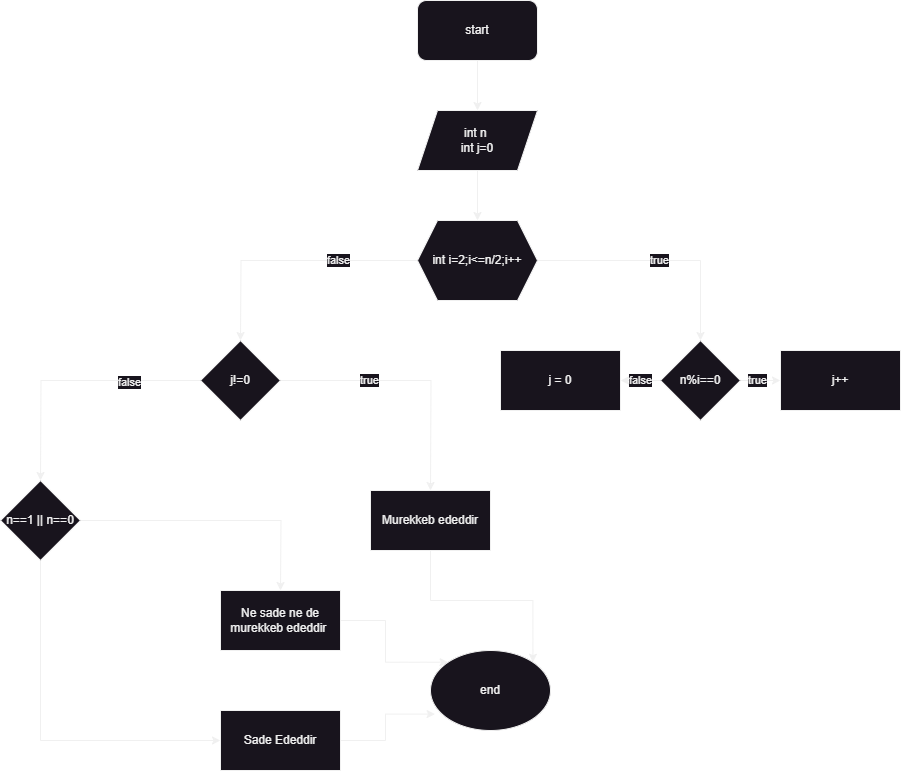
Before: Task2.png, a diagram exported from draw.io (ismylravafidh/Algorithms_Loops). Source tidied: cells renumbered, new cells last; positions are measured from the earlier drawing's top-left corner, leaving out a move shared by most shapes. Its diagram source:
```xml
<mxGraphModel>
  <root>
    <mxCell id="0" />
    <mxCell id="1" parent="0" />
    <mxCell id="2" style="edgeStyle=orthogonalEdgeStyle;rounded=0;jettySize=auto;html=1;entryX=0.5;entryY=0;entryDx=0;entryDy=0;" parent="1" edge="1" source="3" target="5">
      <mxGeometry relative="1" as="geometry" />
    </mxCell>
    <mxCell id="3" value="start" style="rounded=1;whiteSpace=wrap;html=1;" parent="1" vertex="1">
      <mxGeometry x="417" width="120" height="60" as="geometry" />
    </mxCell>
    <mxCell id="4" style="edgeStyle=orthogonalEdgeStyle;rounded=0;jettySize=auto;html=1;entryX=0.5;entryY=0;entryDx=0;entryDy=0;" parent="1" edge="1" source="5" target="9">
      <mxGeometry relative="1" as="geometry" />
    </mxCell>
    <mxCell id="5" value="int n&amp;nbsp;&lt;br&gt;int j=0" style="shape=parallelogram;perimeter=parallelogramPerimeter;whiteSpace=wrap;html=1;fixedSize=1;" parent="1" vertex="1">
      <mxGeometry x="417" y="110" width="120" height="60" as="geometry" />
    </mxCell>
    <mxCell id="6" value="true" style="edgeStyle=orthogonalEdgeStyle;rounded=0;jettySize=auto;html=1;" parent="1" edge="1" source="9" target="13">
      <mxGeometry relative="1" as="geometry" />
    </mxCell>
    <mxCell id="7" style="edgeStyle=orthogonalEdgeStyle;rounded=0;jettySize=auto;html=1;" parent="1" edge="1" source="9">
      <mxGeometry relative="1" as="geometry">
        <mxPoint x="240" y="340" as="targetPoint" />
      </mxGeometry>
    </mxCell>
    <mxCell id="8" value="false" style="edgeLabel;html=1;align=center;verticalAlign=middle;" parent="7" vertex="1">
      <mxGeometry x="-0.38" y="-1" relative="1" as="geometry" />
    </mxCell>
    <mxCell id="9" value="int i=2;i&amp;lt;=n/2;i++" style="shape=hexagon;perimeter=hexagonPerimeter2;whiteSpace=wrap;html=1;fixedSize=1;" parent="1" vertex="1">
      <mxGeometry x="417" y="220" width="120" height="80" as="geometry" />
    </mxCell>
    <mxCell id="10" style="edgeStyle=orthogonalEdgeStyle;rounded=0;jettySize=auto;html=1;" parent="1" edge="1" source="13" target="14">
      <mxGeometry relative="1" as="geometry" />
    </mxCell>
    <mxCell id="11" value="true" style="edgeLabel;html=1;align=center;verticalAlign=middle;" parent="10" vertex="1">
      <mxGeometry x="-0.2" y="1" relative="1" as="geometry" />
    </mxCell>
    <mxCell id="12" value="false" style="edgeStyle=orthogonalEdgeStyle;rounded=0;jettySize=auto;html=1;entryX=1;entryY=0.5;entryDx=0;entryDy=0;" parent="1" edge="1" source="13" target="15">
      <mxGeometry relative="1" as="geometry" />
    </mxCell>
    <mxCell id="13" value="n%i==0" style="rhombus;whiteSpace=wrap;html=1;" parent="1" vertex="1">
      <mxGeometry x="660" y="340" width="80" height="80" as="geometry" />
    </mxCell>
    <mxCell id="14" value="j++" style="rounded=0;whiteSpace=wrap;html=1;" parent="1" vertex="1">
      <mxGeometry x="780" y="350" width="120" height="60" as="geometry" />
    </mxCell>
    <mxCell id="15" value="j = 0" style="rounded=0;whiteSpace=wrap;html=1;" parent="1" vertex="1">
      <mxGeometry x="500" y="350" width="120" height="60" as="geometry" />
    </mxCell>
    <mxCell id="16" style="edgeStyle=orthogonalEdgeStyle;rounded=0;jettySize=auto;html=1;" parent="1" edge="1" source="20">
      <mxGeometry relative="1" as="geometry">
        <mxPoint x="430" y="490" as="targetPoint" />
      </mxGeometry>
    </mxCell>
    <mxCell id="17" value="true" style="edgeLabel;html=1;align=center;verticalAlign=middle;" parent="16" vertex="1">
      <mxGeometry x="-0.32" y="1" relative="1" as="geometry" />
    </mxCell>
    <mxCell id="18" style="edgeStyle=orthogonalEdgeStyle;rounded=0;jettySize=auto;html=1;" parent="1" edge="1" source="20">
      <mxGeometry relative="1" as="geometry">
        <mxPoint x="40" y="480" as="targetPoint" />
      </mxGeometry>
    </mxCell>
    <mxCell id="19" value="false" style="edgeLabel;html=1;align=center;verticalAlign=middle;" parent="18" vertex="1">
      <mxGeometry x="-0.45" y="1" relative="1" as="geometry" />
    </mxCell>
    <mxCell id="20" value="j!=0" style="rhombus;whiteSpace=wrap;html=1;" parent="1" vertex="1">
      <mxGeometry x="200" y="340" width="80" height="80" as="geometry" />
    </mxCell>
    <mxCell id="21" style="edgeStyle=orthogonalEdgeStyle;rounded=0;jettySize=auto;html=1;entryX=1;entryY=0;entryDx=0;entryDy=0;" parent="1" edge="1" source="22" target="29">
      <mxGeometry relative="1" as="geometry" />
    </mxCell>
    <mxCell id="22" value="Murekkeb ededdir" style="rounded=0;whiteSpace=wrap;html=1;" parent="1" vertex="1">
      <mxGeometry x="370" y="490" width="120" height="60" as="geometry" />
    </mxCell>
    <mxCell id="23" style="edgeStyle=orthogonalEdgeStyle;rounded=0;jettySize=auto;html=1;" parent="1" edge="1" source="25">
      <mxGeometry relative="1" as="geometry">
        <mxPoint x="280" y="590" as="targetPoint" />
      </mxGeometry>
    </mxCell>
    <mxCell id="24" style="edgeStyle=orthogonalEdgeStyle;rounded=0;jettySize=auto;html=1;entryX=0;entryY=0.5;entryDx=0;entryDy=0;" parent="1" edge="1" source="25" target="28">
      <mxGeometry relative="1" as="geometry">
        <Array as="points">
          <mxPoint x="40" y="740" />
        </Array>
      </mxGeometry>
    </mxCell>
    <mxCell id="25" value="n==1 || n==0" style="rhombus;whiteSpace=wrap;html=1;" parent="1" vertex="1">
      <mxGeometry y="480" width="80" height="80" as="geometry" />
    </mxCell>
    <mxCell id="26" style="edgeStyle=orthogonalEdgeStyle;rounded=0;jettySize=auto;html=1;entryX=0;entryY=0;entryDx=0;entryDy=0;" parent="1" edge="1" source="27" target="29">
      <mxGeometry relative="1" as="geometry" />
    </mxCell>
    <mxCell id="27" value="Ne sade ne de murekkeb ededdir&amp;nbsp;" style="rounded=0;whiteSpace=wrap;html=1;" parent="1" vertex="1">
      <mxGeometry x="220" y="590" width="120" height="60" as="geometry" />
    </mxCell>
    <mxCell id="28" value="Sade Ededdir" style="rounded=0;whiteSpace=wrap;html=1;" parent="1" vertex="1">
      <mxGeometry x="220" y="710" width="120" height="60" as="geometry" />
    </mxCell>
    <mxCell id="29" value="end" style="ellipse;whiteSpace=wrap;html=1;" parent="1" vertex="1">
      <mxGeometry x="430" y="650" width="120" height="80" as="geometry" />
    </mxCell>
    <mxCell id="30" style="edgeStyle=orthogonalEdgeStyle;rounded=0;jettySize=auto;html=1;entryX=0.038;entryY=0.795;entryDx=0;entryDy=0;entryPerimeter=0;" parent="1" edge="1" source="28" target="29">
      <mxGeometry relative="1" as="geometry" />
    </mxCell>
  </root>
</mxGraphModel>
```
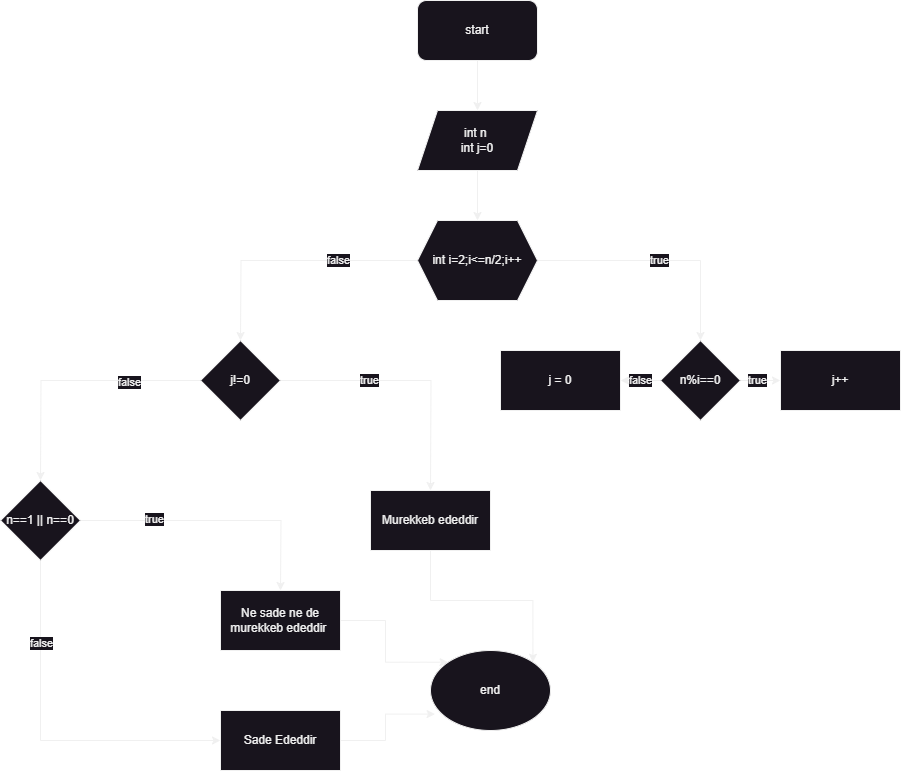
The same file after the commit.

Commit message:
Task - Algorithms Loops

Change to the diagram source:
```diff
@@ -76,6 +76,9 @@
         <mxPoint x="280" y="590" as="targetPoint" />
       </mxGeometry>
     </mxCell>
+    <mxCell id="31" value="true" style="edgeLabel;html=1;align=center;verticalAlign=middle;" parent="23" vertex="1">
+      <mxGeometry x="-0.46" y="2" relative="1" as="geometry" />
+    </mxCell>
     <mxCell id="24" style="edgeStyle=orthogonalEdgeStyle;rounded=0;jettySize=auto;html=1;entryX=0;entryY=0.5;entryDx=0;entryDy=0;" parent="1" edge="1" source="25" target="28">
       <mxGeometry relative="1" as="geometry">
         <Array as="points">
@@ -83,6 +86,9 @@
         </Array>
       </mxGeometry>
     </mxCell>
+    <mxCell id="32" value="false" style="edgeLabel;html=1;align=center;verticalAlign=middle;" parent="24" vertex="1">
+      <mxGeometry x="-0.54" relative="1" as="geometry" />
+    </mxCell>
     <mxCell id="25" value="n==1 || n==0" style="rhombus;whiteSpace=wrap;html=1;" parent="1" vertex="1">
       <mxGeometry y="480" width="80" height="80" as="geometry" />
     </mxCell>
```
